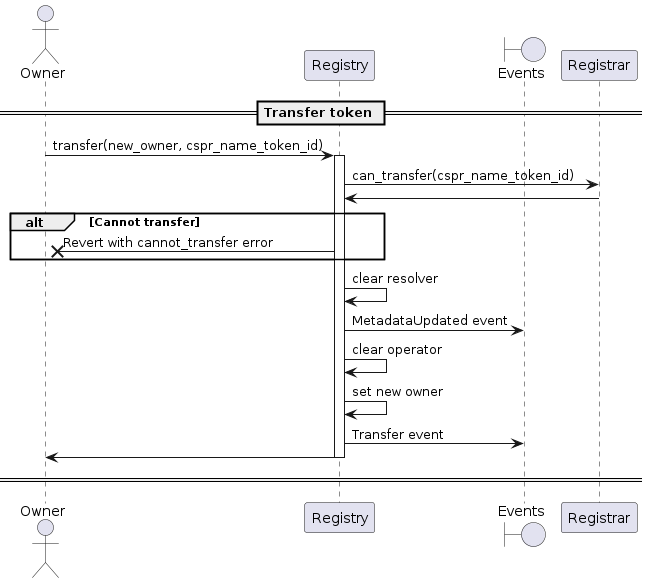
The PlantUML diagram docs/sequence-diagrams/puml/transfer-domain.png in make-software/cspr-name-contracts, before a commit.
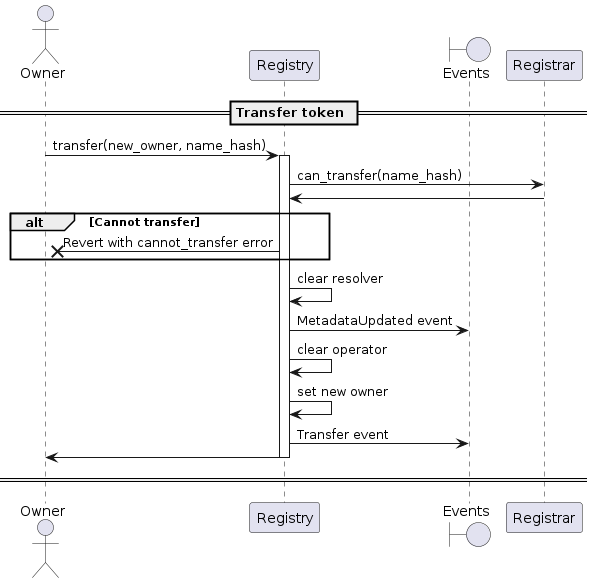
After the commit.

What changed in the source:
```diff
@@ -6,9 +6,9 @@
 
 == Transfer token ==
 
-Owner -> Registry: transfer(new_owner, cspr_name_token_id)
+Owner -> Registry: transfer(new_owner, name_hash)
 activate Registry
-Registry -> Registrar: can_transfer(cspr_name_token_id)
+Registry -> Registrar: can_transfer(name_hash)
 Registrar -> Registry
 alt Cannot transfer
     Registry ->X Owner: Revert with cannot_transfer error
```
